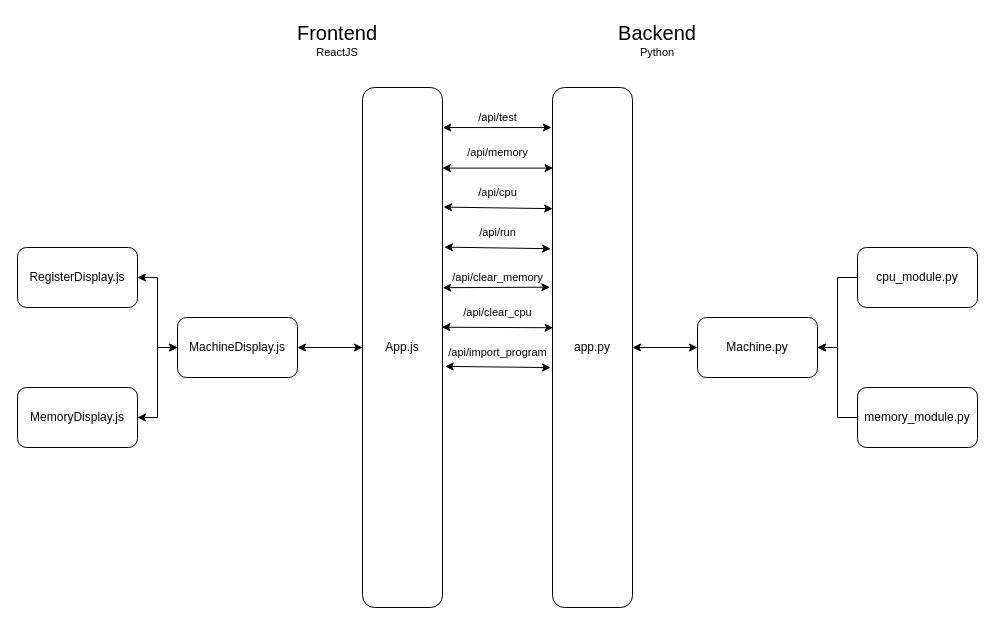
Before: architecture.dio in FarisAMZ71/BrookshearMachine, a draw.io diagram. Source tidied: cells renumbered, new cells numbered last; positions are measured from the earlier drawing's top-left corner, leaving out a move shared by most shapes. Both pictures are drawn from the tidied source at 100%, with x=0, y=0 at pixel (17, 17).
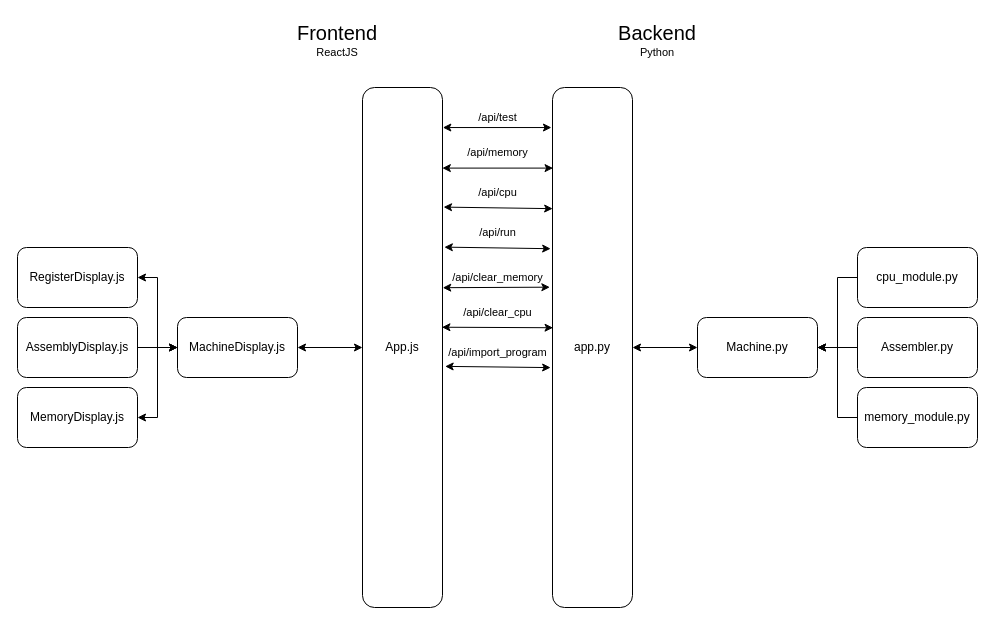
After the change.

The change refers to these unchanged cells:
```xml
<mxCell id="3" value="MachineDisplay.js" style="rounded=1;whiteSpace=wrap;html=1;" parent="1" vertex="1">
  <mxGeometry x="160" y="300" width="120" height="60" as="geometry" />
</mxCell>
<mxCell id="9" value="Machine.py" style="rounded=1;whiteSpace=wrap;html=1;" parent="1" vertex="1">
  <mxGeometry x="680" y="300" width="120" height="60" as="geometry" />
</mxCell>
```

Diff of the diagram source:
```diff
@@
+    <mxCell id="34" style="edgeStyle=none;html=1;" parent="1" edge="1" source="35" target="3">
+      <mxGeometry relative="1" as="geometry" />
+    </mxCell>
+    <mxCell id="35" value="AssemblyDisplay.js" style="rounded=1;whiteSpace=wrap;html=1;" parent="1" vertex="1">
+      <mxGeometry y="300" width="120" height="60" as="geometry" />
+    </mxCell>
+    <mxCell id="36" style="edgeStyle=none;html=1;" parent="1" edge="1" source="37" target="9">
+      <mxGeometry relative="1" as="geometry" />
+    </mxCell>
+    <mxCell id="37" value="Assembler.py" style="rounded=1;whiteSpace=wrap;html=1;" parent="1" vertex="1">
+      <mxGeometry x="840" y="300" width="120" height="60" as="geometry" />
+    </mxCell>
```
